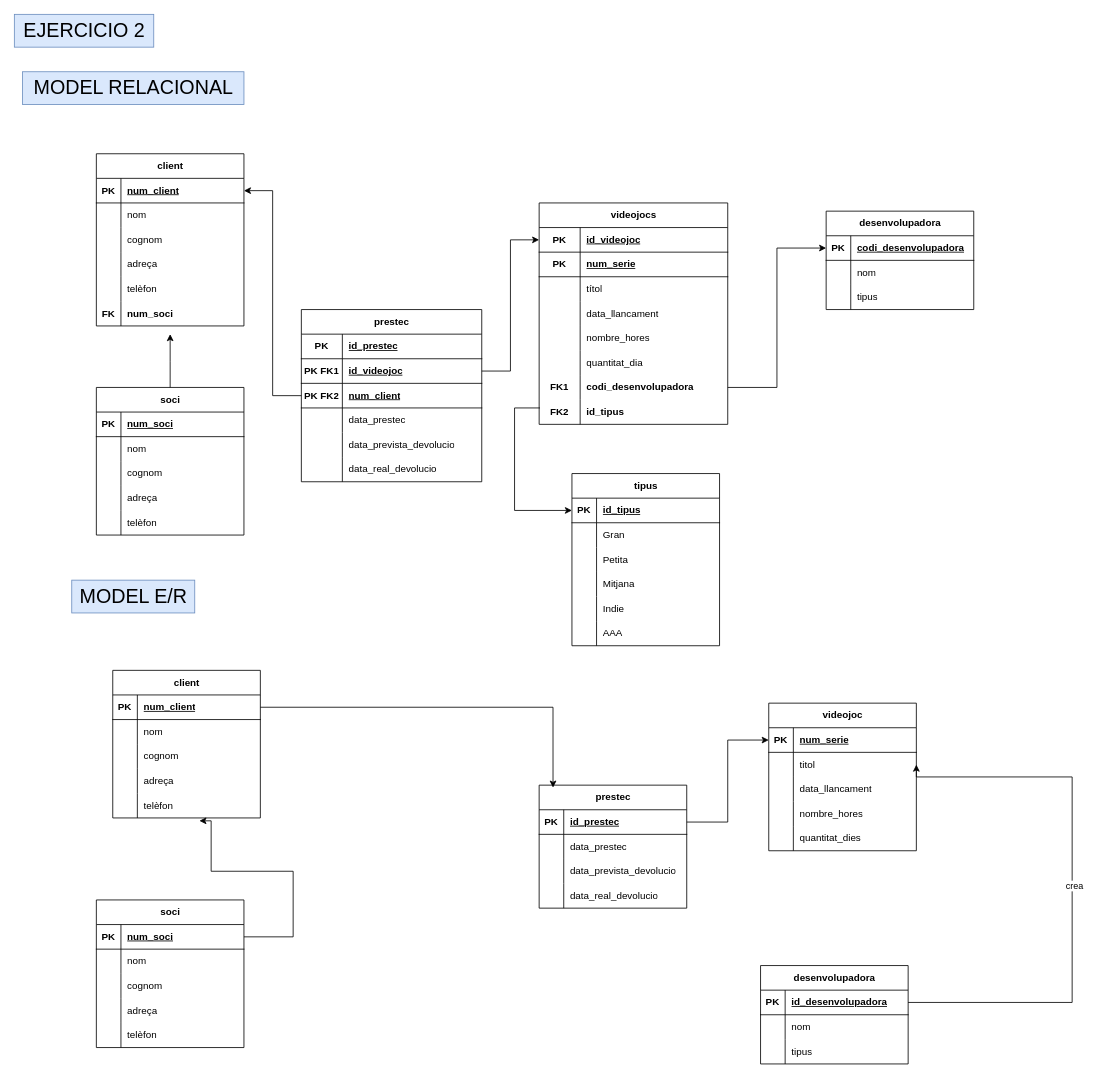
The draw.io diagram M02_RA6_act2.drawio in victor06-git/base_de_dades, before the edit. Source tidied: cells renumbered, new cells numbered last; positions are measured from the earlier drawing's top-left corner, leaving out a move shared by most shapes. Both pictures are drawn from the tidied source at 82%, with x=0, y=0 at pixel (14, 14).
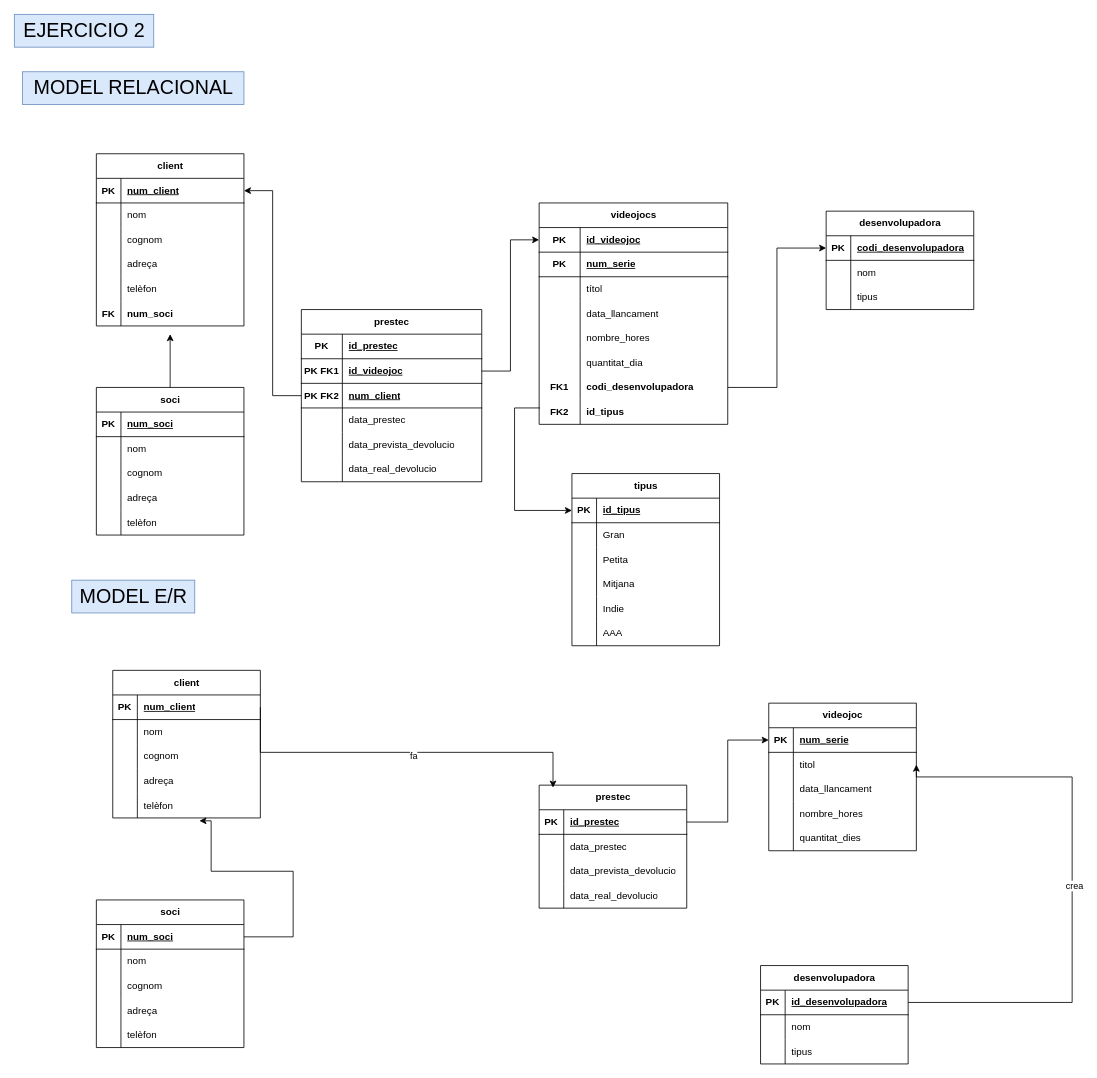
After the change.

The change refers to these unchanged cells:
```xml
<mxCell id="100" style="shape=tableRow;horizontal=0;startSize=0;swimlaneHead=0;swimlaneBody=0;fillColor=none;points=[[0,0.5],[1,0.5]];portConstraint=eastwest;top=0;left=0;right=0;bottom=1;" parent="99" vertex="1">
  <mxGeometry y="30" width="180" height="30" as="geometry" />
</mxCell>
<mxCell id="147" value="prestec" style="shape=table;startSize=30;childLayout=tableLayout;rowLines=0;fontStyle=1;align=center;html=1;" parent="1" vertex="1">
  <mxGeometry x="640" y="940" width="180" height="150" as="geometry" />
</mxCell>
```

What changed in the source:
```diff
@@
     <mxCell id="160" style="edgeStyle=orthogonalEdgeStyle;rounded=0;jettySize=auto;html=1;exitX=1;exitY=0.5;exitDx=0;exitDy=0;entryX=0.094;entryY=0.02;entryDx=0;entryDy=0;entryPerimeter=0;" parent="1" edge="1" source="100" target="147">
-      <mxGeometry relative="1" as="geometry" />
+      <mxGeometry relative="1" as="geometry">
+        <Array as="points">
+          <mxPoint x="300" y="900" />
+          <mxPoint x="657" y="900" />
+        </Array>
+      </mxGeometry>
     </mxCell>
+    <mxCell id="196" value="fa" style="edgeLabel;html=1;align=center;verticalAlign=middle;" parent="160" vertex="1">
+      <mxGeometry x="0.06" y="-4" relative="1" as="geometry" />
+    </mxCell>
```
